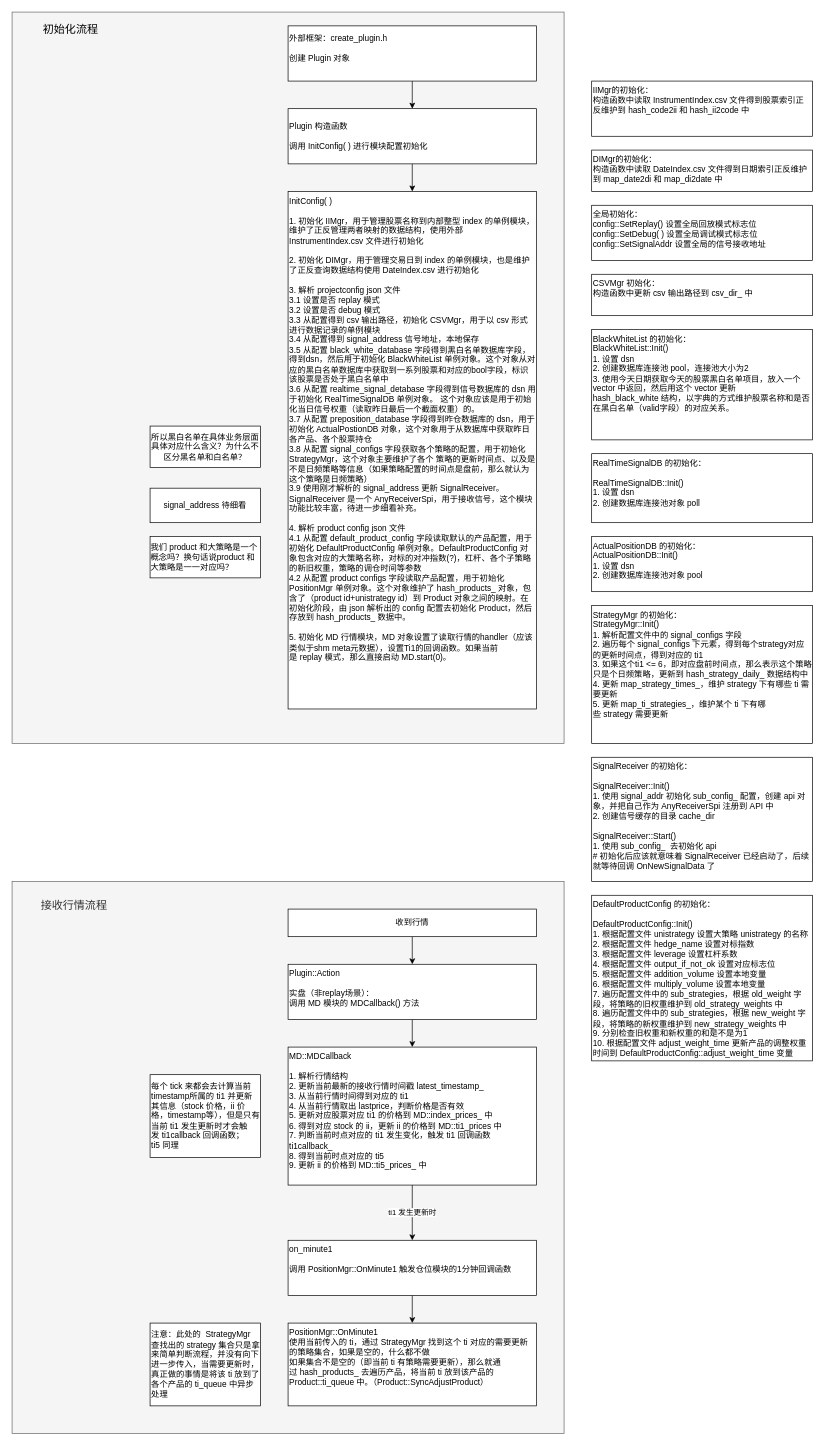
Above: page "流程" (2 of 2) of mario.drawio in zhaxd123/drawio (draw.io), before the change. Source tidied: cells renumbered, new cells numbered last; positions are measured from the earlier drawing's top-left corner, leaving out a move shared by most shapes. Both pictures are drawn from the tidied source at 69%, with x=0, y=0 at pixel (12, 12).
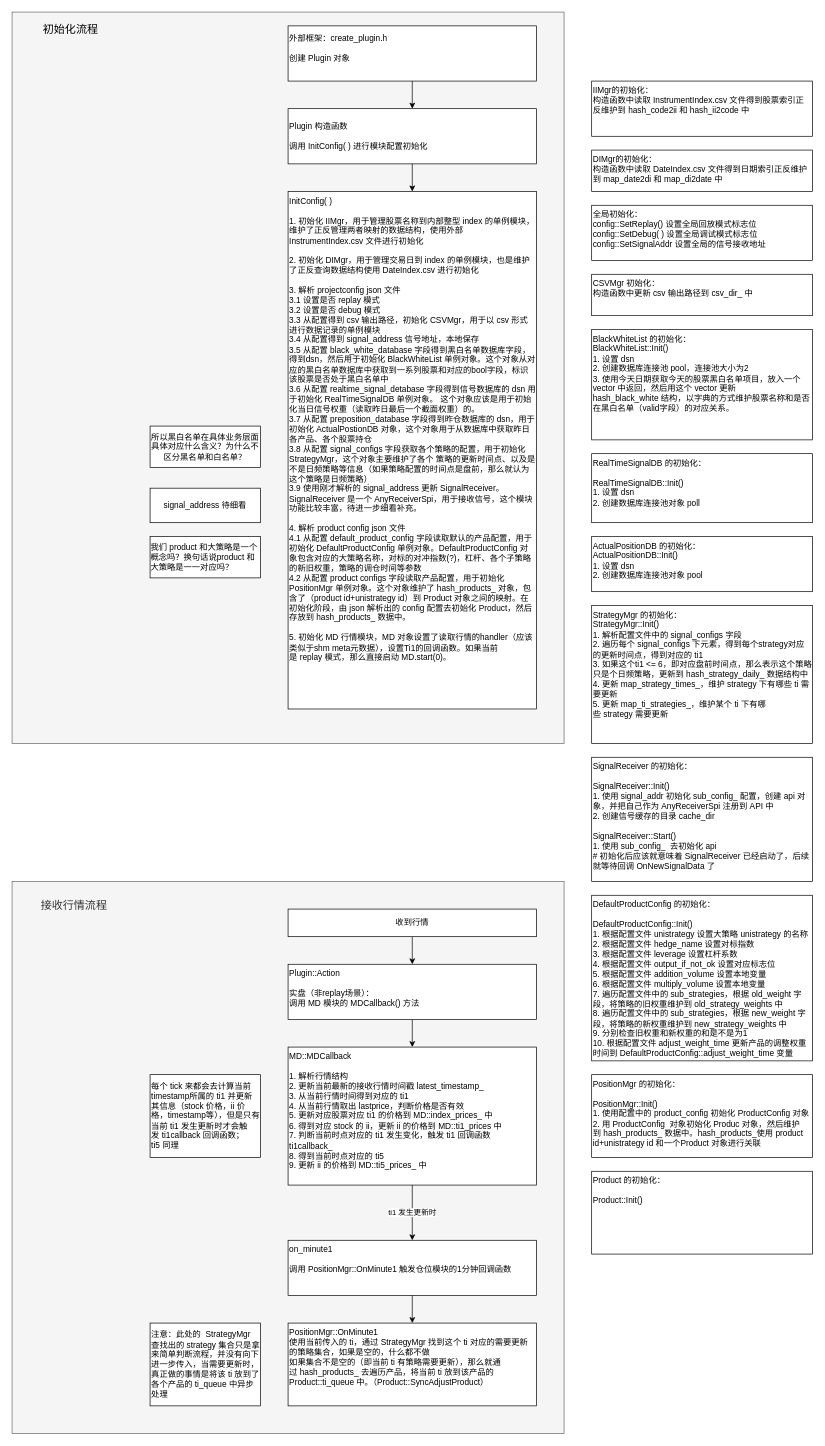
The same diagram, later.

What changed in the source:
```diff
@@
+    <mxCell id="35" value="&lt;div&gt;PositionMgr 的初始化：&lt;/div&gt;&lt;div&gt;&lt;br&gt;&lt;/div&gt;&lt;div&gt;&lt;span style=&quot;background-color: transparent; color: light-dark(rgb(0, 0, 0), rgb(255, 255, 255));&quot;&gt;PositionMgr&lt;/span&gt;::Init()&lt;/div&gt;&lt;div&gt;1. 使用配置中的&amp;nbsp;product_config&amp;nbsp;初始化 ProductConfig&amp;nbsp;对象&lt;/div&gt;&lt;div&gt;2. 用&amp;nbsp;&lt;span style=&quot;background-color: transparent; color: light-dark(rgb(0, 0, 0), rgb(255, 255, 255));&quot;&gt;ProductConfig&amp;nbsp; 对象初始化 Produc&amp;nbsp;对象，然后维护到&amp;nbsp;hash_products_&amp;nbsp;数据中。hash_products_使用&amp;nbsp;&lt;/span&gt;&lt;span style=&quot;background-color: transparent; color: light-dark(rgb(0, 0, 0), rgb(255, 255, 255));&quot;&gt;product id+unistrategy id&amp;nbsp;和一个Product&amp;nbsp;对象进行关联&lt;/span&gt;&lt;/div&gt;&lt;div&gt;&lt;span style=&quot;background-color: transparent; color: light-dark(rgb(0, 0, 0), rgb(255, 255, 255));&quot;&gt;&lt;br&gt;&lt;/span&gt;&lt;/div&gt;&lt;div&gt;&lt;span style=&quot;background-color: transparent; color: light-dark(rgb(0, 0, 0), rgb(255, 255, 255));&quot;&gt;&lt;br&gt;&lt;/span&gt;&lt;/div&gt;" style="rounded=0;whiteSpace=wrap;html=1;align=left;verticalAlign=top;" parent="1" vertex="1">
+      <mxGeometry x="840" y="1540" width="320" height="120" as="geometry" />
+    </mxCell>
+    <mxCell id="36" value="&lt;div&gt;Product 的初始化：&lt;/div&gt;&lt;div&gt;&lt;br&gt;&lt;/div&gt;&lt;div&gt;&lt;span style=&quot;background-color: transparent; color: light-dark(rgb(0, 0, 0), rgb(255, 255, 255));&quot;&gt;Product&lt;/span&gt;::Init()&lt;/div&gt;&lt;div&gt;&lt;br&gt;&lt;/div&gt;&lt;div&gt;&lt;span style=&quot;background-color: transparent; color: light-dark(rgb(0, 0, 0), rgb(255, 255, 255));&quot;&gt;&lt;br&gt;&lt;/span&gt;&lt;/div&gt;&lt;div&gt;&lt;span style=&quot;background-color: transparent; color: light-dark(rgb(0, 0, 0), rgb(255, 255, 255));&quot;&gt;&lt;br&gt;&lt;/span&gt;&lt;/div&gt;" style="rounded=0;whiteSpace=wrap;html=1;align=left;verticalAlign=top;" parent="1" vertex="1">
+      <mxGeometry x="840" y="1680" width="320" height="120" as="geometry" />
+    </mxCell>
```
